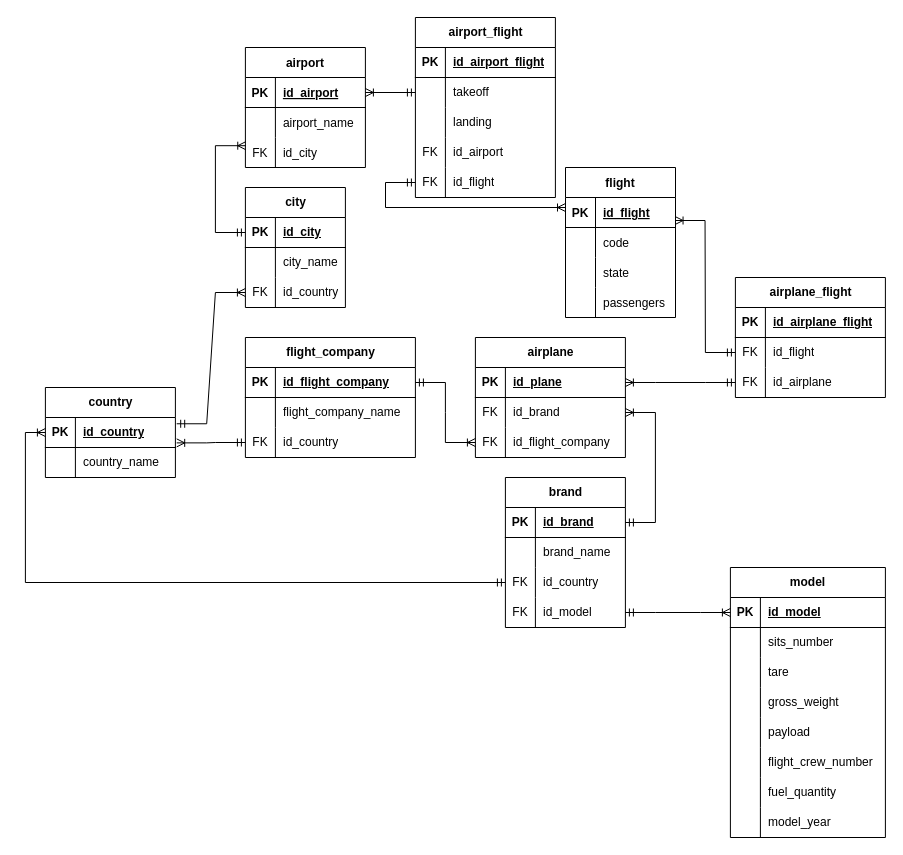
This is DiagramaUR_FlightRadar.drawio from DanielDuarte-Developer/ProjetoBDFlightRadar, a draw.io file, before an edit. Source tidied: cells renumbered, new cells numbered last; positions are measured from the earlier drawing's top-left corner, leaving out a move shared by most shapes. Both pictures are drawn from the tidied source at 100%, with x=0, y=0 at pixel (25, 17).
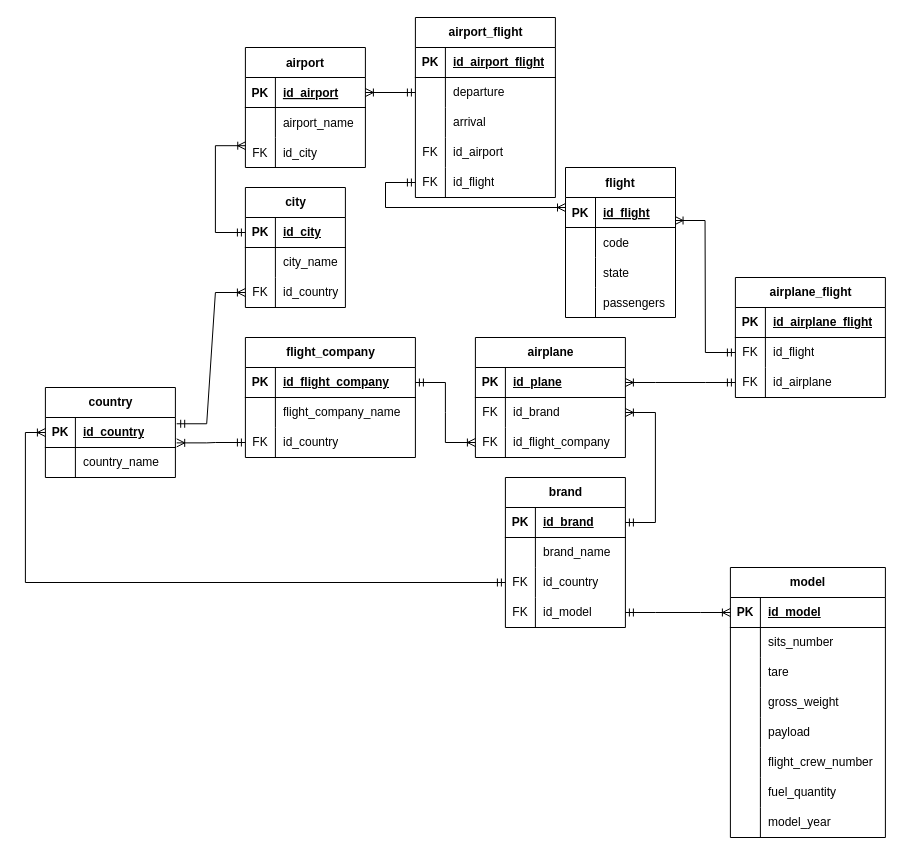
After the change.

Commit message:
Typo correction

Unchanged cells that the change refers to:
```xml
<mxCell id="104" style="shape=tableRow;horizontal=0;startSize=0;swimlaneHead=0;swimlaneBody=0;fillColor=none;points=[[0,0.5],[1,0.5]];portConstraint=eastwest;top=0;left=0;right=0;bottom=0;" parent="100" vertex="1">
  <mxGeometry y="60" width="140" height="30" as="geometry" />
</mxCell>
<mxCell id="107" style="shape=tableRow;horizontal=0;startSize=0;swimlaneHead=0;swimlaneBody=0;fillColor=none;top=0;left=0;right=0;bottom=0;" parent="100" vertex="1">
  <mxGeometry y="90" width="140" height="30" as="geometry" />
</mxCell>
```

What changed in the source:
```diff
@@
-    <mxCell id="106" value="takeoff" style="shape=partialRectangle;fillColor=none;top=0;left=0;bottom=0;right=0;align=left;spacingLeft=6;overflow=hidden;whiteSpace=wrap;html=1;" parent="104" vertex="1">
+    <mxCell id="106" value="departure" style="shape=partialRectangle;fillColor=none;top=0;left=0;bottom=0;right=0;align=left;spacingLeft=6;overflow=hidden;whiteSpace=wrap;html=1;" parent="104" vertex="1">
       <mxGeometry x="30" width="110" height="30" as="geometry" />
     </mxCell>
@@
-    <mxCell id="109" value="&lt;div&gt;landing&lt;/div&gt;" style="shape=partialRectangle;fillColor=none;top=0;left=0;bottom=0;right=0;align=left;spacingLeft=6;overflow=hidden;whiteSpace=wrap;html=1;" parent="107" vertex="1">
+    <mxCell id="109" value="arrival" style="shape=partialRectangle;fillColor=none;top=0;left=0;bottom=0;right=0;align=left;spacingLeft=6;overflow=hidden;whiteSpace=wrap;html=1;" parent="107" vertex="1">
       <mxGeometry x="30" width="110" height="30" as="geometry" />
     </mxCell>
```
